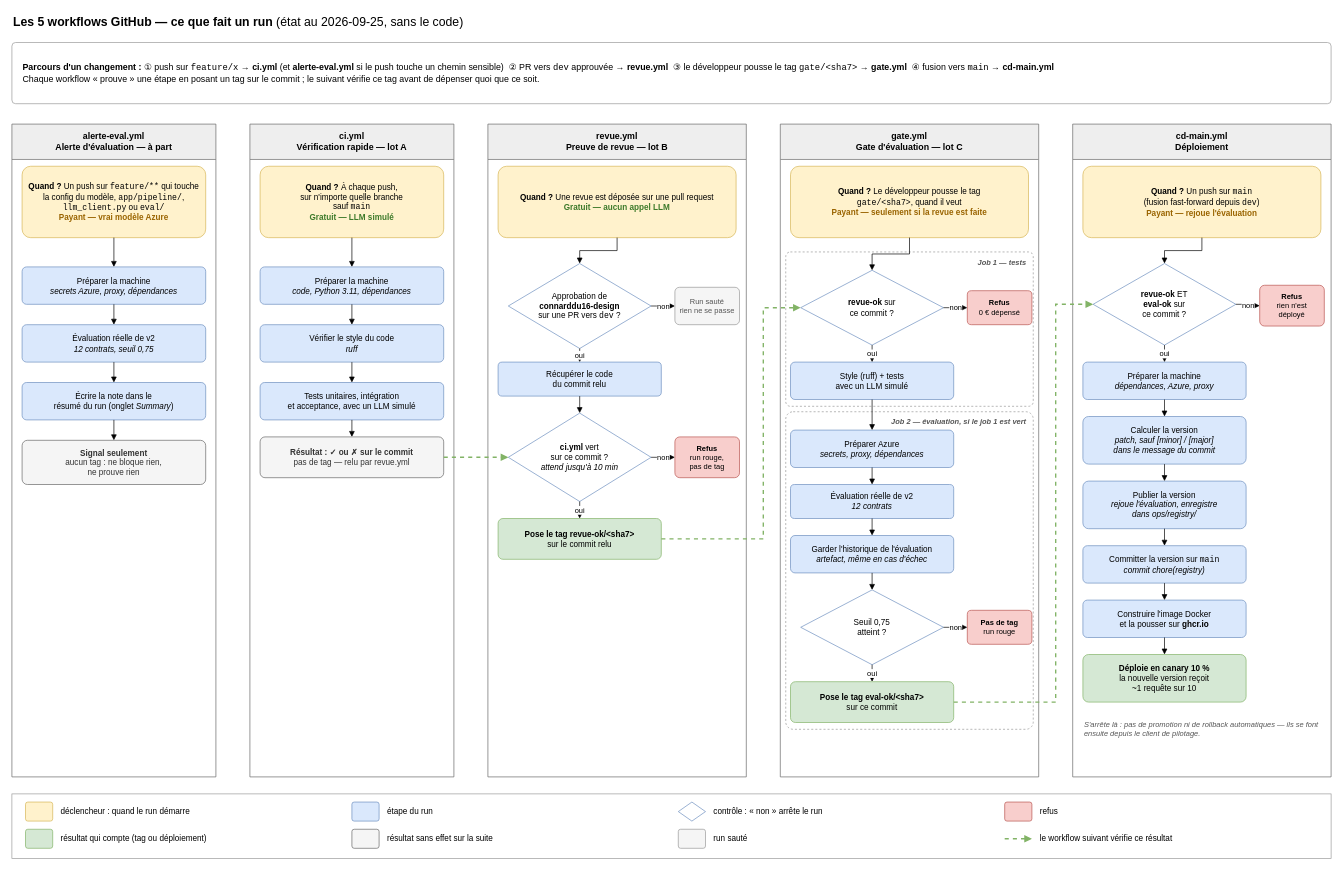
The draw.io diagram docs/img/workflows-github-runs_reel.drawio in wawawaformation/mardik-api-mlops, before the edit. Source tidied: cells renumbered, new cells numbered last; positions are measured from the earlier drawing's top-left corner, leaving out a move shared by most shapes. Both pictures are drawn from the tidied source at 68%, with x=0, y=0 at pixel (12, 12).
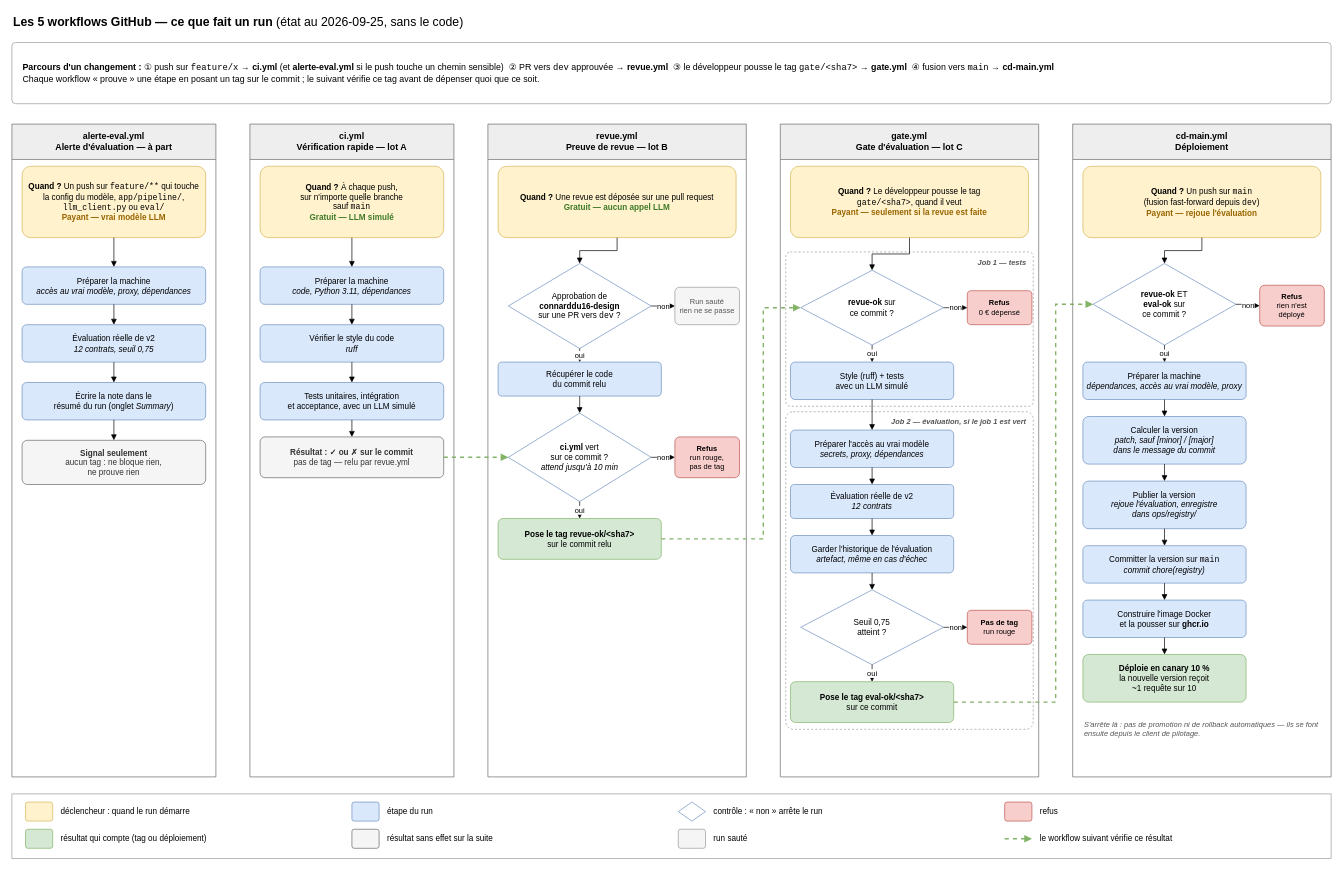
After the change.

Commit message (it also covers changes not shown here):
docs: remove Azure mentions from the workflows runs diagram

Le schéma ne nomme plus le fournisseur : « vrai modèle LLM » et « accès
au vrai modèle » remplacent les quatre mentions d'Azure (coût
d'alerte-eval, préparation de la machine dans alerte-eval, gate et
cd-main). Libellés contrôlés visuellement après export.

Unchanged cells that the change refers to:
```xml
<mxCell id="4" value="&lt;b&gt;alerte-eval.yml&lt;/b&gt;&lt;br&gt;Alerte d'évaluation — à part" style="swimlane;startSize=52;html=1;whiteSpace=wrap;fontSize=13;rounded=0;swimlaneFillColor=#ffffff;fillColor=#eeeeee;strokeColor=#666666;" parent="1" vertex="1">
  <mxGeometry y="165" width="300" height="960" as="geometry" />
</mxCell>
<mxCell id="38" value="&lt;b&gt;gate.yml&lt;/b&gt;&lt;br&gt;Gate d'évaluation — lot C" style="swimlane;startSize=52;html=1;whiteSpace=wrap;fontSize=13;rounded=0;swimlaneFillColor=#ffffff;fillColor=#eeeeee;strokeColor=#666666;" parent="1" vertex="1">
  <mxGeometry x="1130" y="165" width="380" height="960" as="geometry" />
</mxCell>
<mxCell id="60" value="&lt;b&gt;cd-main.yml&lt;/b&gt;&lt;br&gt;Déploiement" style="swimlane;startSize=52;html=1;whiteSpace=wrap;fontSize=13;rounded=0;swimlaneFillColor=#ffffff;fillColor=#eeeeee;strokeColor=#666666;" parent="1" vertex="1">
  <mxGeometry x="1560" y="165" width="380" height="960" as="geometry" />
</mxCell>
```

Diff of the diagram source:
```diff
@@
-    <mxCell id="5" value="&lt;b&gt;Quand ?&lt;/b&gt; Un push sur &lt;code&gt;feature/**&lt;/code&gt; qui touche la config du modèle, &lt;code&gt;app/pipeline/&lt;/code&gt;, &lt;code&gt;llm_client.py&lt;/code&gt; ou &lt;code&gt;eval/&lt;/code&gt;&lt;br&gt;&lt;font color='#9a6400'&gt;&lt;b&gt;Payant — vrai modèle Azure&lt;/b&gt;&lt;/font&gt;" style="rounded=1;whiteSpace=wrap;html=1;arcSize=12;fontSize=12;spacing=6;fillColor=#fff2cc;strokeColor=#d6b656;" parent="4" vertex="1">
+    <mxCell id="5" value="&lt;b&gt;Quand ?&lt;/b&gt; Un push sur &lt;code&gt;feature/**&lt;/code&gt; qui touche la config du modèle, &lt;code&gt;app/pipeline/&lt;/code&gt;, &lt;code&gt;llm_client.py&lt;/code&gt; ou &lt;code&gt;eval/&lt;/code&gt;&lt;br&gt;&lt;font color='#9a6400'&gt;&lt;b&gt;Payant — vrai modèle LLM&lt;/b&gt;&lt;/font&gt;" style="rounded=1;whiteSpace=wrap;html=1;arcSize=12;fontSize=12;spacing=6;fillColor=#fff2cc;strokeColor=#d6b656;" parent="4" vertex="1">
       <mxGeometry x="15" y="62" width="270" height="105" as="geometry" />
     </mxCell>
-    <mxCell id="6" value="Préparer la machine&lt;br&gt;&lt;i&gt;secrets Azure, proxy, dépendances&lt;/i&gt;" style="rounded=1;whiteSpace=wrap;html=1;arcSize=12;fontSize=12;spacing=6;fillColor=#dae8fc;strokeColor=#6c8ebf;" parent="4" vertex="1">
+    <mxCell id="6" value="Préparer la machine&lt;br&gt;&lt;i&gt;accès au vrai modèle, proxy, dépendances&lt;/i&gt;" style="rounded=1;whiteSpace=wrap;html=1;arcSize=12;fontSize=12;spacing=6;fillColor=#dae8fc;strokeColor=#6c8ebf;" parent="4" vertex="1">
       <mxGeometry x="15" y="210" width="270" height="55" as="geometry" />
     </mxCell>
@@
-    <mxCell id="45" value="Préparer Azure&lt;br&gt;&lt;i&gt;secrets, proxy, dépendances&lt;/i&gt;" style="rounded=1;whiteSpace=wrap;html=1;arcSize=12;fontSize=12;spacing=6;fillColor=#dae8fc;strokeColor=#6c8ebf;" parent="38" vertex="1">
+    <mxCell id="45" value="Préparer l'accès au vrai modèle&lt;br&gt;&lt;i&gt;secrets, proxy, dépendances&lt;/i&gt;" style="rounded=1;whiteSpace=wrap;html=1;arcSize=12;fontSize=12;spacing=6;fillColor=#dae8fc;strokeColor=#6c8ebf;" parent="38" vertex="1">
       <mxGeometry x="15" y="450" width="240" height="55" as="geometry" />
     </mxCell>
@@
-    <mxCell id="64" value="Préparer la machine&lt;br&gt;&lt;i&gt;dépendances, Azure, proxy&lt;/i&gt;" style="rounded=1;whiteSpace=wrap;html=1;arcSize=12;fontSize=12;spacing=6;fillColor=#dae8fc;strokeColor=#6c8ebf;" parent="60" vertex="1">
+    <mxCell id="64" value="Préparer la machine&lt;br&gt;&lt;i&gt;dépendances, accès au vrai modèle, proxy&lt;/i&gt;" style="rounded=1;whiteSpace=wrap;html=1;arcSize=12;fontSize=12;spacing=6;fillColor=#dae8fc;strokeColor=#6c8ebf;" parent="60" vertex="1">
       <mxGeometry x="15" y="350" width="240" height="55" as="geometry" />
     </mxCell>
```
